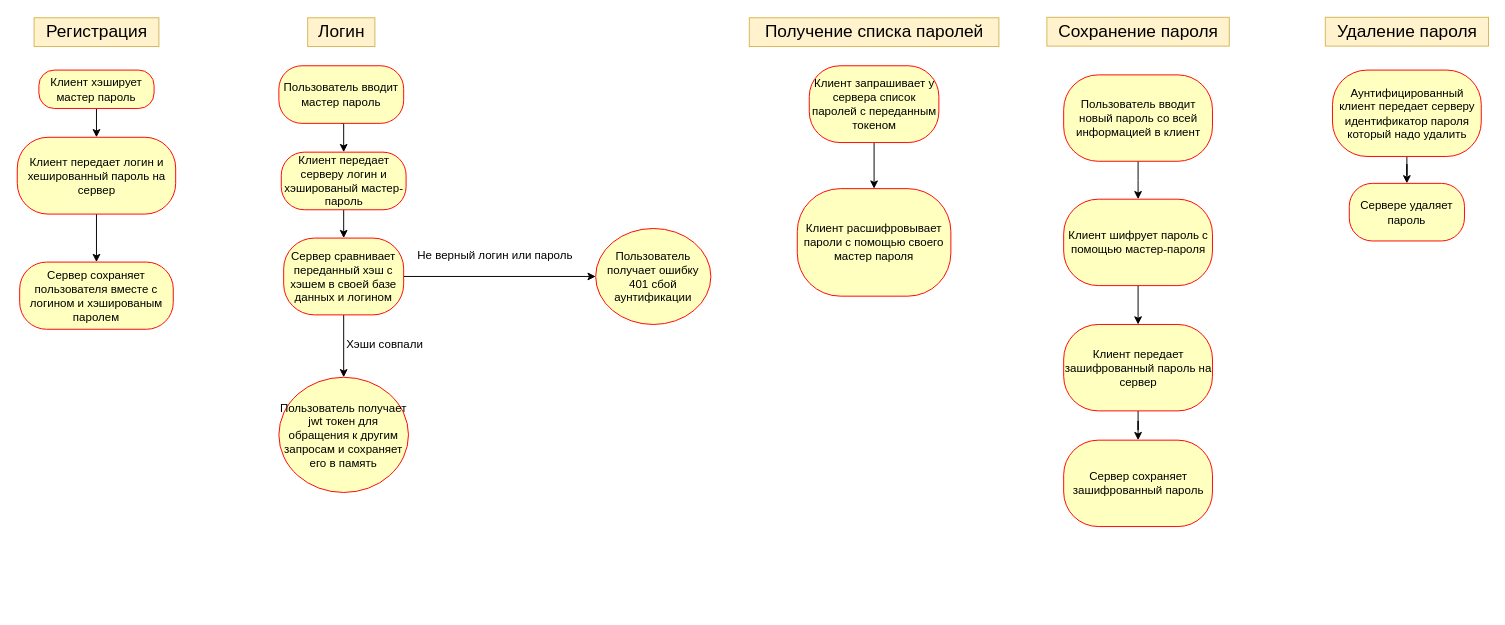
Before: drawio/kanban.drawio in ilya372317/keeper-pass, a draw.io diagram. Source tidied: cells renumbered, new cells numbered last; positions are measured from the earlier drawing's top-left corner, leaving out a move shared by most shapes. Both pictures are drawn from the tidied source at 96%, with x=0, y=0 at pixel (17, 17).
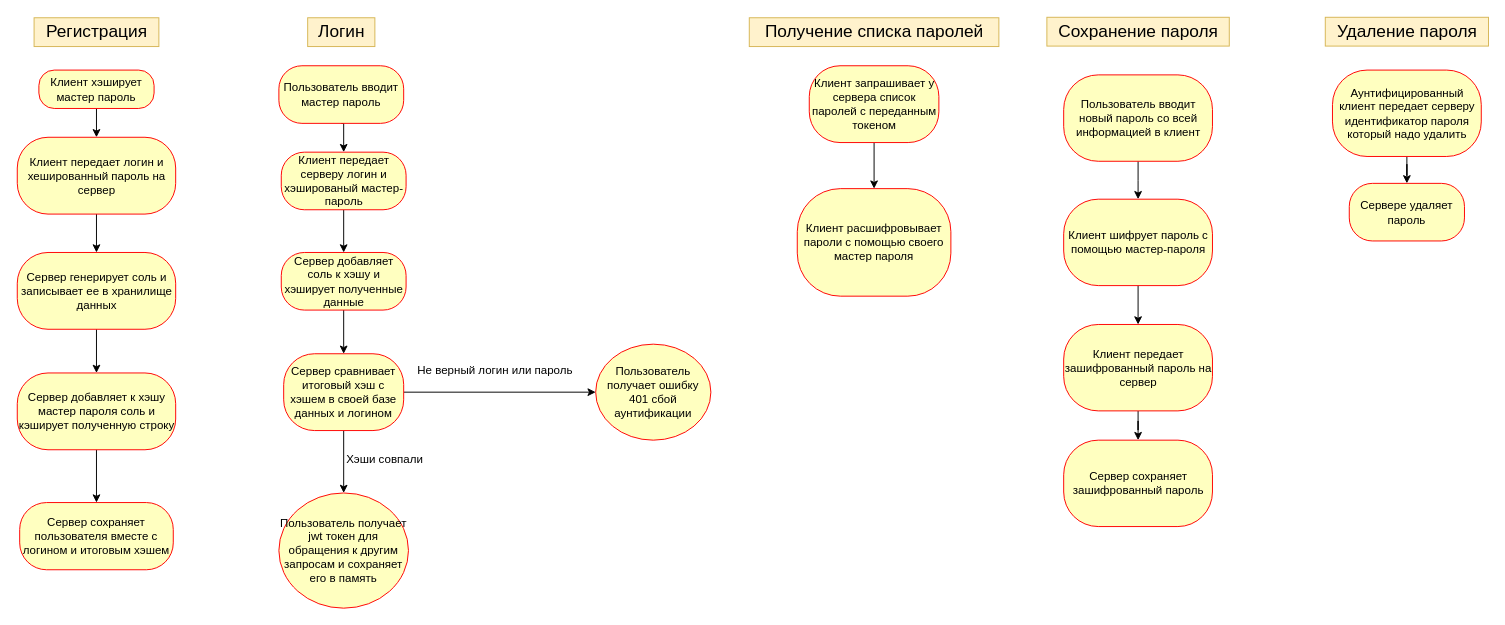
After the change.

Commit message:
info about salt

Unchanged cells that the change refers to:
```xml
<mxCell id="5" value="Клиент передает логин и хешированный пароль на сервер" style="rounded=1;whiteSpace=wrap;html=1;arcSize=40;fontColor=#000000;fillColor=#ffffc0;strokeColor=#ff0000;" parent="1" vertex="1">
  <mxGeometry x="-0.5" y="124.5" width="165" height="80" as="geometry" />
</mxCell>
<mxCell id="10" value="Клиент передает серверу логин и хэшированый мастер-пароль" style="rounded=1;whiteSpace=wrap;html=1;arcSize=40;fontColor=#000000;fillColor=#ffffc0;strokeColor=#ff0000;" parent="1" vertex="1">
  <mxGeometry x="274.5" y="140" width="130" height="60" as="geometry" />
</mxCell>
```

What changed in the source:
```diff
@@
-    <mxCell id="4" style="edgeStyle=orthogonalEdgeStyle;rounded=0;jettySize=auto;html=1;exitX=0.5;exitY=1;exitDx=0;exitDy=0;entryX=0.5;entryY=0;entryDx=0;entryDy=0;" parent="1" edge="1" source="5" target="7">
-      <mxGeometry relative="1" as="geometry" />
-    </mxCell>
+    <mxCell id="36" style="edgeStyle=orthogonalEdgeStyle;rounded=0;jettySize=auto;html=1;" parent="1" edge="1" source="5" target="39">
+      <mxGeometry relative="1" as="geometry" />
+    </mxCell>
@@
-    <mxCell id="7" value="Сервер сохраняет пользователя вместе с логином и хэшированым паролем" style="rounded=1;whiteSpace=wrap;html=1;arcSize=40;fontColor=#000000;fillColor=#ffffc0;strokeColor=#ff0000;" parent="1" vertex="1">
-      <mxGeometry x="2" y="254.5" width="160" height="70" as="geometry" />
+    <mxCell id="7" value="Сервер сохраняет пользователя вместе с логином и итоговым хэшем" style="rounded=1;whiteSpace=wrap;html=1;arcSize=40;fontColor=#000000;fillColor=#ffffc0;strokeColor=#ff0000;" parent="1" vertex="1">
+      <mxGeometry x="2" y="505" width="160" height="70" as="geometry" />
     </mxCell>
@@
-    <mxCell id="9" style="edgeStyle=orthogonalEdgeStyle;rounded=0;jettySize=auto;html=1;exitX=0.5;exitY=1;exitDx=0;exitDy=0;entryX=0.5;entryY=0;entryDx=0;entryDy=0;" parent="1" edge="1" source="10" target="20">
-      <mxGeometry relative="1" as="geometry" />
-    </mxCell>
+    <mxCell id="37" style="edgeStyle=orthogonalEdgeStyle;rounded=0;jettySize=auto;html=1;" parent="1" edge="1" source="10" target="41">
+      <mxGeometry relative="1" as="geometry" />
+    </mxCell>
@@
-    <mxCell id="20" value="Сервер сравнивает переданный хэш с хэшем в своей базе данных и логином" style="whiteSpace=wrap;html=1;fillColor=#ffffc0;strokeColor=#ff0000;fontColor=#000000;rounded=1;arcSize=40;" parent="1" vertex="1">
-      <mxGeometry x="277" y="229.5" width="125" height="80" as="geometry" />
+    <mxCell id="20" value="Сервер сравнивает итоговый хэш с хэшем в своей базе данных и логином" style="whiteSpace=wrap;html=1;fillColor=#ffffc0;strokeColor=#ff0000;fontColor=#000000;rounded=1;arcSize=40;" parent="1" vertex="1">
+      <mxGeometry x="277" y="350" width="125" height="80" as="geometry" />
     </mxCell>
     <mxCell id="21" value="Пользователь получает jwt токен для обращения к другим запросам и сохраняет его в память" style="ellipse;whiteSpace=wrap;html=1;fillColor=#ffffc0;strokeColor=#ff0000;fontColor=#000000;rounded=1;arcSize=40;" parent="1" vertex="1">
-      <mxGeometry x="272" y="374.5" width="135" height="120" as="geometry" />
+      <mxGeometry x="272" y="495" width="135" height="120" as="geometry" />
     </mxCell>
     <mxCell id="22" value="Хэши совпали" style="text;html=1;align=center;verticalAlign=middle;strokeColor=none;fillColor=none;" parent="1" vertex="1">
-      <mxGeometry x="332" y="324.5" width="100" height="30" as="geometry" />
+      <mxGeometry x="332" y="445" width="100" height="30" as="geometry" />
     </mxCell>
     <mxCell id="23" value="Пользователь получает ошибку 401 сбой аунтификации" style="ellipse;whiteSpace=wrap;html=1;fillColor=#ffffc0;strokeColor=#ff0000;fontColor=#000000;rounded=1;arcSize=40;" parent="1" vertex="1">
-      <mxGeometry x="602" y="219.5" width="120" height="100" as="geometry" />
+      <mxGeometry x="602" y="340" width="120" height="100" as="geometry" />
     </mxCell>
     <mxCell id="24" value="Не верный логин или пароль" style="text;html=1;align=center;verticalAlign=middle;strokeColor=none;fillColor=none;" parent="1" vertex="1">
-      <mxGeometry x="402" y="232.5" width="190" height="30" as="geometry" />
+      <mxGeometry x="402" y="353" width="190" height="30" as="geometry" />
     </mxCell>
@@
+    <mxCell id="38" style="edgeStyle=orthogonalEdgeStyle;rounded=0;jettySize=auto;html=1;" parent="1" edge="1" source="39" target="43">
+      <mxGeometry relative="1" as="geometry" />
+    </mxCell>
+    <mxCell id="39" value="Сервер генерирует соль и записывает ее в хранилище данных" style="rounded=1;whiteSpace=wrap;html=1;arcSize=40;fontColor=#000000;fillColor=#ffffc0;strokeColor=#ff0000;" parent="1" vertex="1">
+      <mxGeometry x="-0.5" y="244.5" width="165" height="80" as="geometry" />
+    </mxCell>
+    <mxCell id="40" style="edgeStyle=orthogonalEdgeStyle;rounded=0;jettySize=auto;html=1;exitX=0.5;exitY=1;exitDx=0;exitDy=0;entryX=0.5;entryY=0;entryDx=0;entryDy=0;" parent="1" edge="1" source="41" target="20">
+      <mxGeometry relative="1" as="geometry" />
+    </mxCell>
+    <mxCell id="41" value="Сервер добавляет соль к хэшу и хэширует полученные данные" style="rounded=1;whiteSpace=wrap;html=1;arcSize=40;fontColor=#000000;fillColor=#ffffc0;strokeColor=#ff0000;" parent="1" vertex="1">
+      <mxGeometry x="274.5" y="244.5" width="130" height="60" as="geometry" />
+    </mxCell>
+    <mxCell id="42" style="edgeStyle=orthogonalEdgeStyle;rounded=0;jettySize=auto;html=1;exitX=0.5;exitY=1;exitDx=0;exitDy=0;entryX=0.5;entryY=0;entryDx=0;entryDy=0;" parent="1" edge="1" source="43" target="7">
+      <mxGeometry relative="1" as="geometry" />
+    </mxCell>
+    <mxCell id="43" value="Сервер добавляет к хэшу мастер пароля соль и кэширует полученную строку" style="rounded=1;whiteSpace=wrap;html=1;arcSize=40;fontColor=#000000;fillColor=#ffffc0;strokeColor=#ff0000;" parent="1" vertex="1">
+      <mxGeometry x="-0.5" y="370" width="165" height="80" as="geometry" />
+    </mxCell>
```
